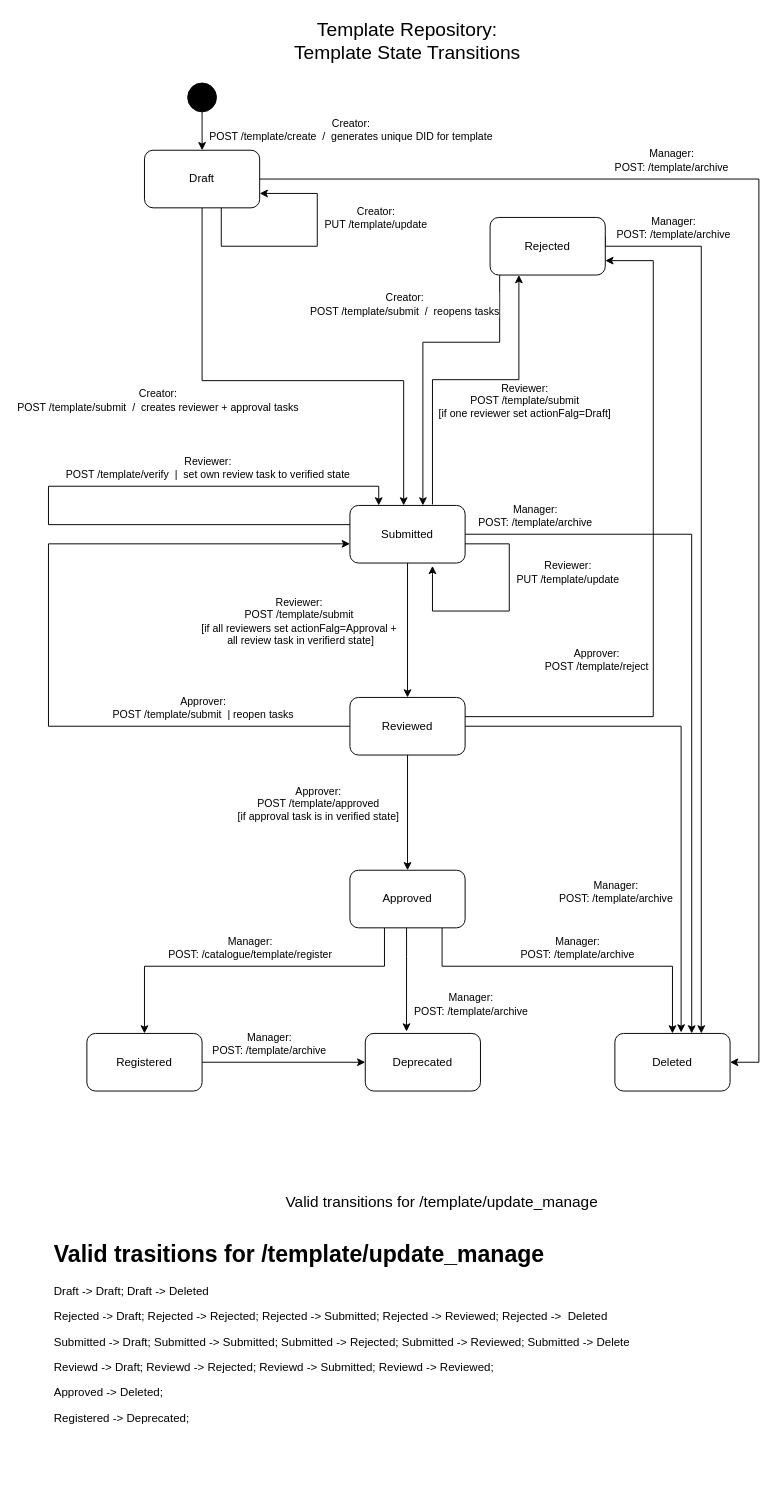
This is docs/template_repository_state_transitions.drawio from arnemileswinter/facis-dcs, a draw.io file, before an edit. Source tidied: cells renumbered, new cells numbered last; positions are measured from the earlier drawing's top-left corner, leaving out a move shared by most shapes. Both pictures are drawn from the tidied source at 96%, with x=0, y=0 at pixel (48, 25).
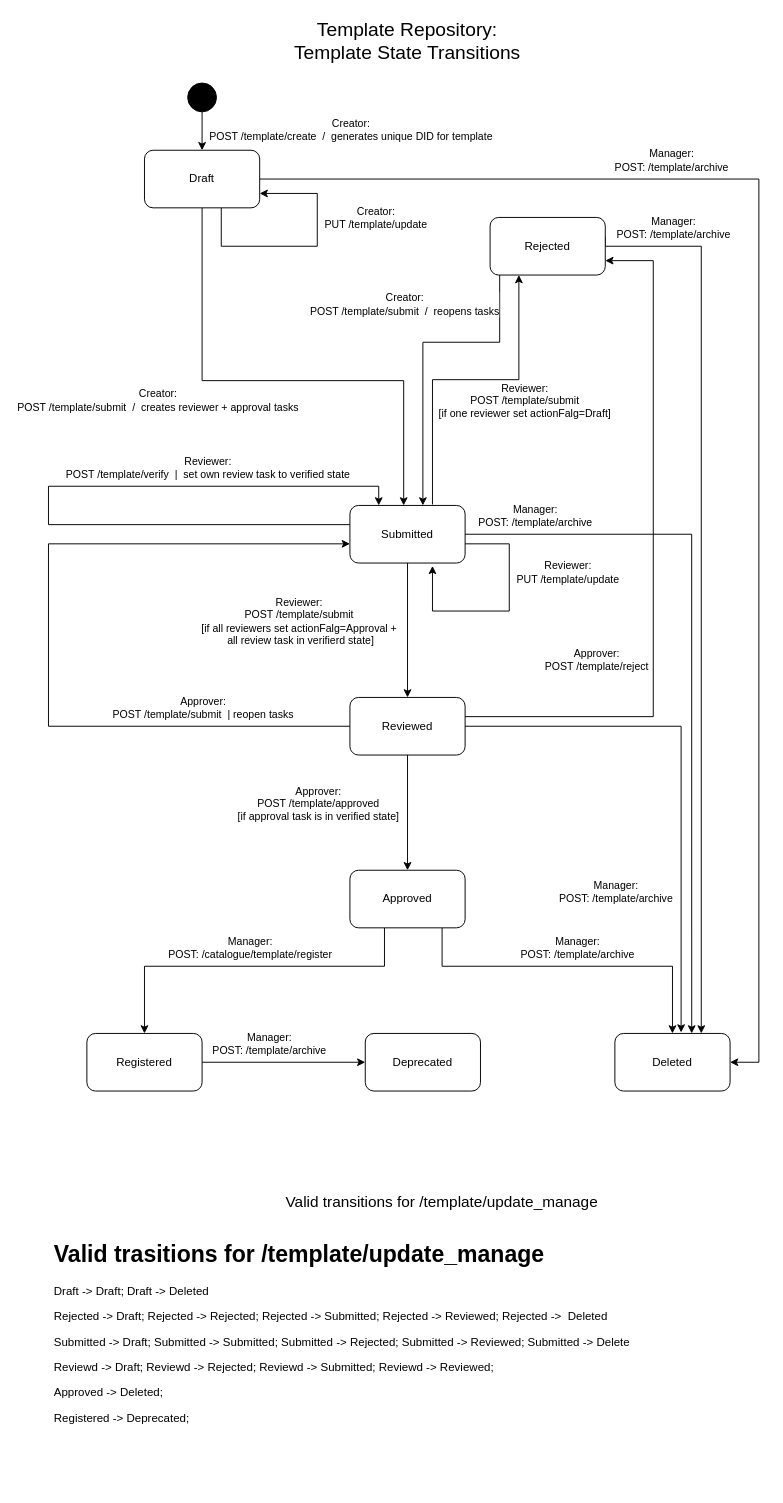
The same diagram, later.

Unchanged cells that the change refers to:
```xml
<mxCell id="23" value="Approved" style="rounded=1;whiteSpace=wrap;html=1;" parent="1" vertex="1">
  <mxGeometry x="314" y="880" width="120" height="60" as="geometry" />
</mxCell>
<mxCell id="45" value="Deprecated" style="rounded=1;whiteSpace=wrap;html=1;" parent="1" vertex="1">
  <mxGeometry x="330" y="1050" width="120" height="60" as="geometry" />
</mxCell>
```

Change to the diagram source:
```diff
@@
-    <mxCell id="52" style="edgeStyle=orthogonalEdgeStyle;rounded=0;jettySize=auto;html=1;entryX=0.358;entryY=-0.033;entryDx=0;entryDy=0;entryPerimeter=0;" parent="1" edge="1" source="23" target="45">
-      <mxGeometry relative="1" as="geometry">
-        <Array as="points">
-          <mxPoint x="373" y="970" />
-          <mxPoint x="373" y="970" />
-        </Array>
-      </mxGeometry>
-    </mxCell>
-    <mxCell id="53" value="Manager:&lt;div&gt;POST: /template/archive&lt;/div&gt;" style="edgeLabel;html=1;align=center;verticalAlign=middle;" parent="52" vertex="1">
-      <mxGeometry x="0.28" relative="1" as="geometry">
-        <mxPoint x="67" y="11" as="offset" />
-      </mxGeometry>
-    </mxCell>
```
